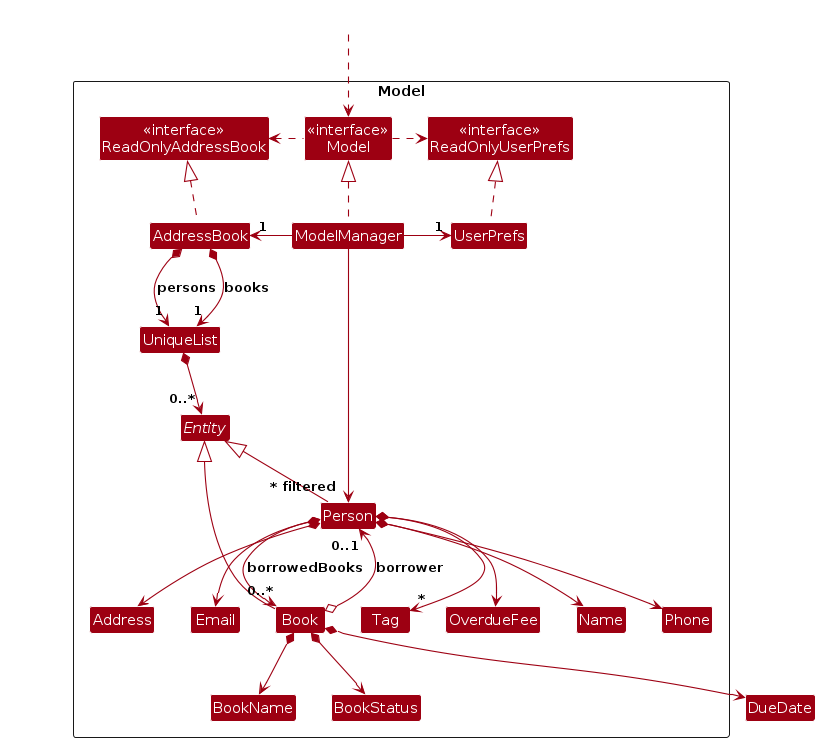
AY2425S2-CS2103T-W13-3/tp keeps this PlantUML diagram as diagrams/ModelClassDiagram.png. Above is the earlier version. Its source is kept beside it as diagrams/ModelClassDiagram.puml. Its diagram source:
```plantuml
@startuml
!include style.puml
skinparam arrowThickness 1.1
skinparam arrowColor MODEL_COLOR
skinparam classBackgroundColor MODEL_COLOR

Package Model as ModelPackage <<Rectangle>> {
Class "<<interface>>\nReadOnlyAddressBook" as ReadOnlyAddressBook
Class "<<interface>>\nReadOnlyUserPrefs" as ReadOnlyUserPrefs
Class "<<interface>>\nModel" as Model
Class AddressBook
Class ModelManager
Class UserPrefs
Class UniqueList
abstract Entity
Class Person
Class Book
Class Address
Class Email
Class Name
Class Phone
Class Tag
Class BookName
Class BookStatus
Class OverdueFee
}

Class I #FFFFFF
Class HiddenOutside #FFFFFF
HiddenOutside ..> Model


Entity <|-- Person
Entity <|-- Book


AddressBook .up.|> ReadOnlyAddressBook
ModelManager .up.|> Model
Model .right.> ReadOnlyUserPrefs
Model .left.> ReadOnlyAddressBook
ModelManager -left-> "1" AddressBook
ModelManager -right-> "1" UserPrefs
UserPrefs .up.|> ReadOnlyUserPrefs


AddressBook *--> "1" UniqueList : "persons"
AddressBook *--> "1" UniqueList : "books"

UniqueList *--> "0..*" Entity

Person *--> Name
Person *--> Phone
Person *--> Email
Person *--> Address
Person *--> "*" Tag
Person *--> OverdueFee

Book *--> BookName
Book *--> BookStatus
Book *--> DueDate

Book o--> "0..1" Person : "borrower"
Person *--> "0..*" Book : "borrowedBooks"

Person -[hidden]up--> I
UniqueList -[hidden]right-> I

Name -[hidden]right-> Phone
Phone -[hidden]right-> Address
Address -[hidden]right-> Email

ModelManager --> "~* filtered" Person
@enduml
```
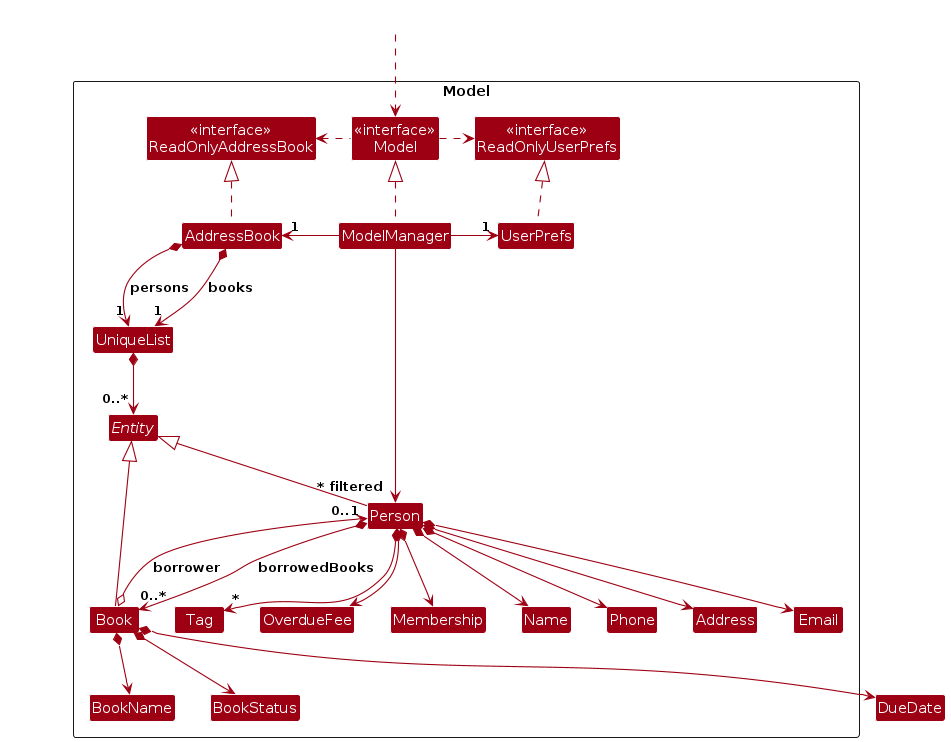
Later version of the same file.

What changed in the source:
```diff
@@ -23,6 +23,7 @@
 Class BookName
 Class BookStatus
 Class OverdueFee
+Class Membership
 }
 
 Class I #FFFFFF
@@ -54,6 +55,7 @@
 Person *--> Address
 Person *--> "*" Tag
 Person *--> OverdueFee
+Person *--> Membership
 
 Book *--> BookName
 Book *--> BookStatus
```
